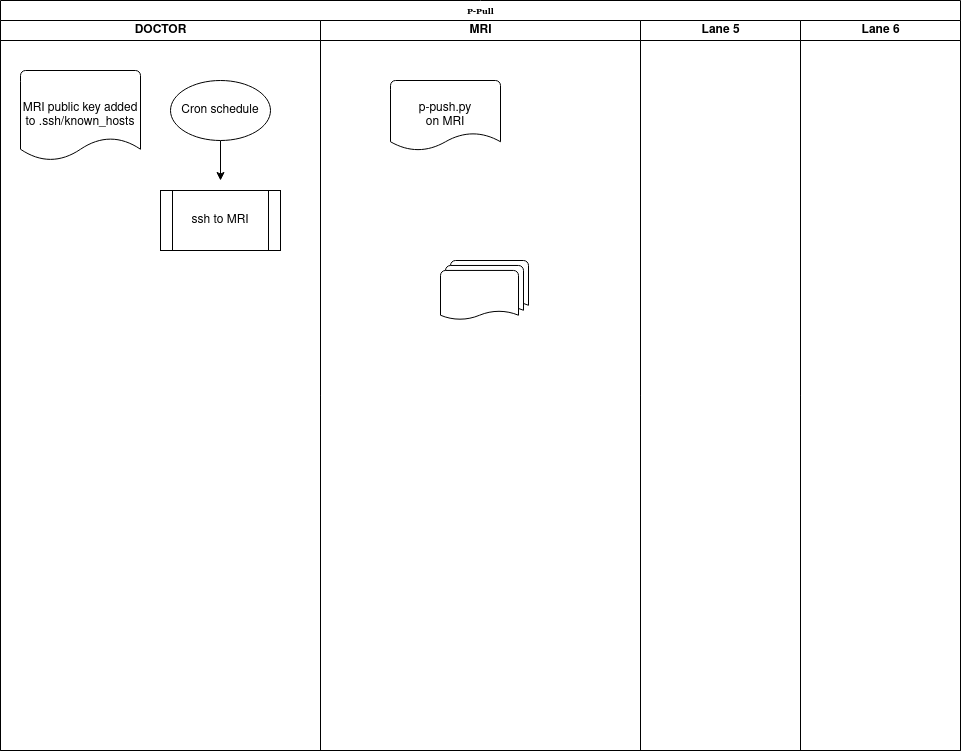
jackgray/xnat2bids keeps this draw.io diagram as ppull_process_diagram.drawio.png. Above is the earlier version. Source tidied: cells renumbered, new cells last; positions are measured from the earlier drawing's top-left corner, leaving out a move shared by most shapes.
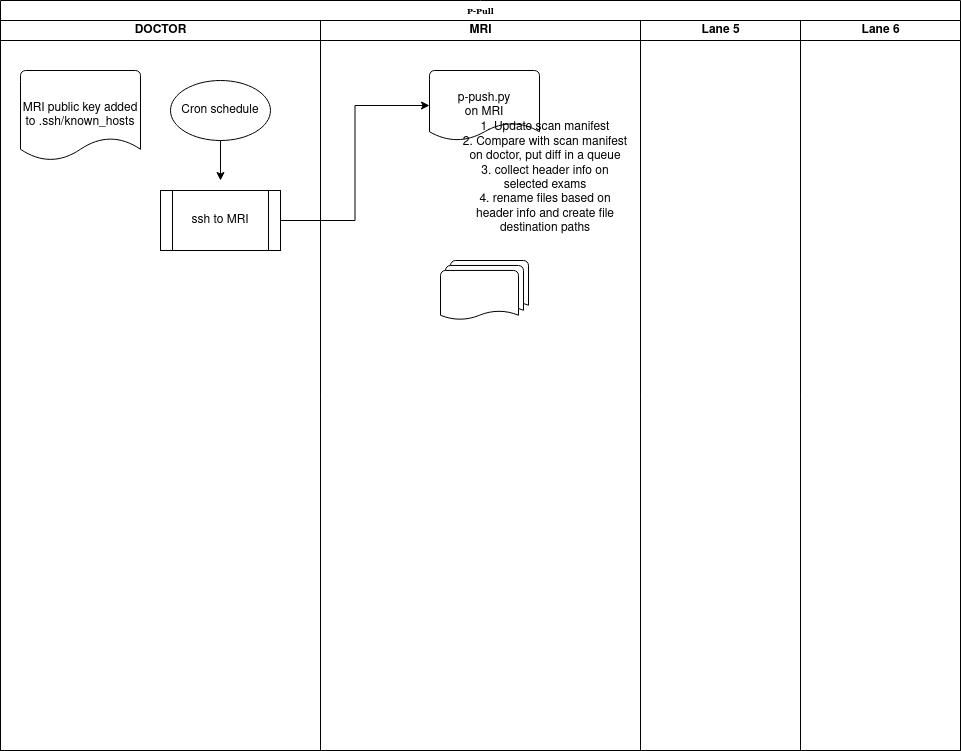
Above is the later version.

Diff of the diagram source:
```diff
@@ -26,14 +26,20 @@
       <mxGeometry x="320" y="20" width="320" height="730" as="geometry" />
     </mxCell>
     <mxCell id="9" value="&lt;div&gt;p-push.py&lt;/div&gt;&lt;div&gt;on MRI&lt;br&gt;&lt;/div&gt;" style="strokeWidth=1;html=1;shape=mxgraph.flowchart.document2;whiteSpace=wrap;size=0.25;" parent="8" vertex="1">
-      <mxGeometry x="70" y="60" width="110" height="70" as="geometry" />
+      <mxGeometry x="109" y="50" width="110" height="70" as="geometry" />
     </mxCell>
+    <mxCell id="13" value="&lt;div&gt;1. Update scan manifest&lt;/div&gt;&lt;div&gt;2. Compare with scan manifest on doctor, put diff in a queue&lt;br&gt;&lt;/div&gt;&lt;div&gt;3. collect header info on selected exams&lt;/div&gt;&lt;div&gt;4. rename files based on header info and create file destination paths&lt;/div&gt;&lt;div&gt;&lt;br&gt;&lt;/div&gt;" style="text;html=1;strokeColor=none;fillColor=none;align=center;verticalAlign=middle;whiteSpace=wrap;rounded=0;" parent="8" vertex="1">
+      <mxGeometry x="140" y="150" width="170" height="30" as="geometry" />
+    </mxCell>
     <mxCell id="10" value="Lane 5" style="swimlane;html=1;startSize=20;" parent="2" vertex="1">
       <mxGeometry x="640" y="20" width="160" height="730" as="geometry" />
     </mxCell>
     <mxCell id="11" value="Lane 6" style="swimlane;html=1;startSize=20;" parent="2" vertex="1">
       <mxGeometry x="800" y="20" width="160" height="730" as="geometry" />
     </mxCell>
+    <mxCell id="14" style="edgeStyle=orthogonalEdgeStyle;rounded=0;jettySize=auto;html=1;exitX=1;exitY=0.5;exitDx=0;exitDy=0;entryX=0;entryY=0.5;entryDx=0;entryDy=0;entryPerimeter=0;" parent="2" edge="1" source="7" target="9">
+      <mxGeometry relative="1" as="geometry" />
+    </mxCell>
     <mxCell id="12" style="strokeWidth=1;html=1;shape=mxgraph.flowchart.multi-document;whiteSpace=wrap;" parent="1" vertex="1">
       <mxGeometry x="440" y="260" width="88" height="60" as="geometry" />
     </mxCell>
```
